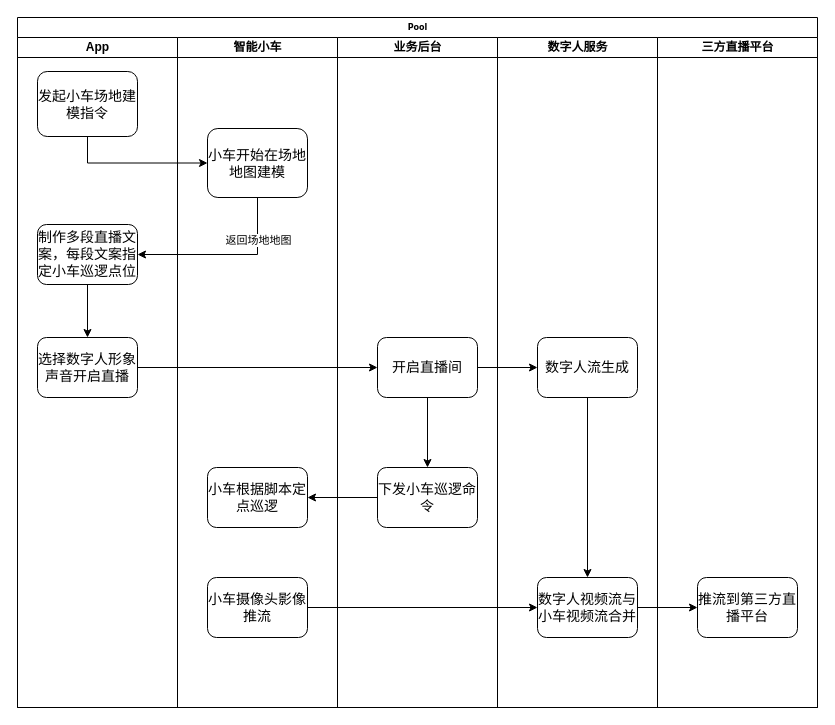
Earlier version of the draw.io diagram AI小车直播.drawio (hbulixu/diagrams_store). Source tidied: cells renumbered, new cells numbered last; positions are measured from the earlier drawing's top-left corner, leaving out a move shared by most shapes. Both pictures are drawn from the tidied source at 100%, with x=0, y=0 at pixel (17, 17).
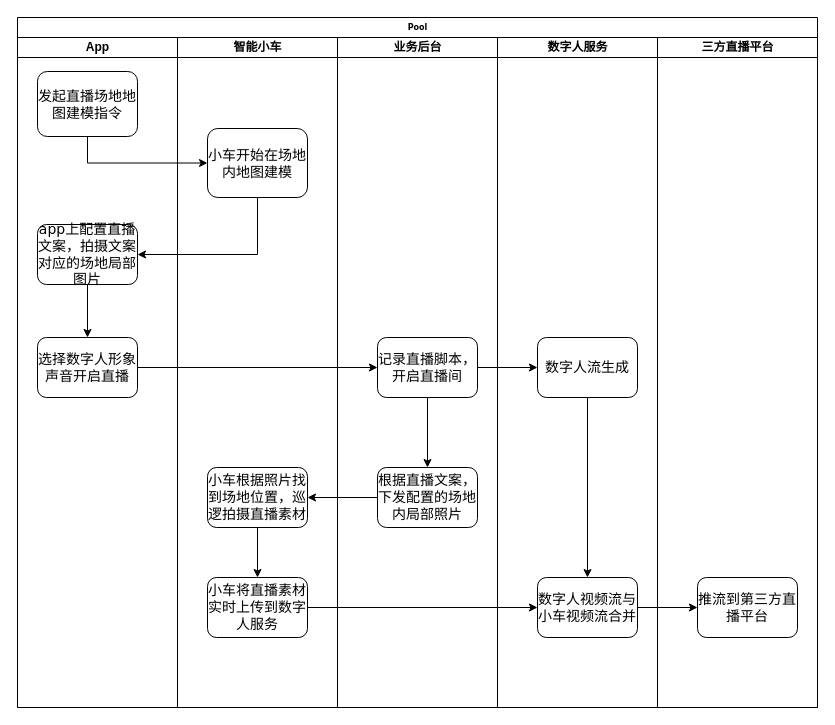
The same diagram, later.

Commit message:
更新AI小车直播.drawio

The change refers to these unchanged cells:
```xml
<mxCell id="3" value="App" style="swimlane;html=1;startSize=20;" parent="2" vertex="1">
  <mxGeometry y="20" width="160" height="670" as="geometry" />
</mxCell>
<mxCell id="8" value="智能小车" style="swimlane;html=1;startSize=20;" parent="2" vertex="1">
  <mxGeometry x="160" y="20" width="160" height="670" as="geometry" />
</mxCell>
<mxCell id="12" value="业务后台" style="swimlane;html=1;startSize=20;" parent="2" vertex="1">
  <mxGeometry x="320" y="20" width="160" height="670" as="geometry" />
</mxCell>
<mxCell id="26" style="edgeStyle=orthogonalEdgeStyle;rounded=0;jettySize=auto;html=1;entryX=1;entryY=0.5;entryDx=0;entryDy=0;" parent="2" edge="1" source="9" target="6">
  <mxGeometry relative="1" as="geometry">
    <Array as="points">
      <mxPoint x="240" y="237" />
    </Array>
  </mxGeometry>
</mxCell>
```

Change to the diagram source:
```diff
@@
-    <mxCell id="4" value="&lt;font style=&quot;font-size: 14px;&quot;&gt;发起小车场地建模指令&lt;/font&gt;" style="rounded=1;whiteSpace=wrap;html=1;shadow=0;labelBackgroundColor=none;strokeWidth=1;fontFamily=Verdana;fontSize=8;align=center;" parent="3" vertex="1">
+    <mxCell id="4" value="&lt;font style=&quot;font-size: 14px;&quot;&gt;发起直播场地地图建模指令&lt;/font&gt;" style="rounded=1;whiteSpace=wrap;html=1;shadow=0;labelBackgroundColor=none;strokeWidth=1;fontFamily=Verdana;fontSize=8;align=center;" parent="3" vertex="1">
       <mxGeometry x="20" y="34" width="100" height="65" as="geometry" />
     </mxCell>
@@
-    <mxCell id="6" value="&lt;span style=&quot;font-size: 14px;&quot;&gt;制作多段直播文案，&lt;/span&gt;&lt;span style=&quot;font-size: 14px;&quot;&gt;每段文案指定小车巡逻点位&lt;/span&gt;" style="rounded=1;whiteSpace=wrap;html=1;shadow=0;labelBackgroundColor=none;strokeWidth=1;fontFamily=Verdana;fontSize=8;align=center;" parent="3" vertex="1">
+    <mxCell id="6" value="&lt;span style=&quot;font-size: 14px;&quot;&gt;app上配置直播文案，拍摄文案对应的场地局部图片&lt;/span&gt;" style="rounded=1;whiteSpace=wrap;html=1;shadow=0;labelBackgroundColor=none;strokeWidth=1;fontFamily=Verdana;fontSize=8;align=center;" parent="3" vertex="1">
       <mxGeometry x="20" y="187" width="100" height="60" as="geometry" />
     </mxCell>
@@
-    <mxCell id="9" value="&lt;span style=&quot;font-size: 14px;&quot;&gt;小车开始在场地地图建模&lt;/span&gt;" style="rounded=1;whiteSpace=wrap;html=1;shadow=0;labelBackgroundColor=none;strokeWidth=1;fontFamily=Verdana;fontSize=8;align=center;" parent="8" vertex="1">
+    <mxCell id="9" value="&lt;span style=&quot;font-size: 14px;&quot;&gt;小车开始在场地内地图建模&lt;/span&gt;" style="rounded=1;whiteSpace=wrap;html=1;shadow=0;labelBackgroundColor=none;strokeWidth=1;fontFamily=Verdana;fontSize=8;align=center;" parent="8" vertex="1">
       <mxGeometry x="30" y="91" width="100" height="69" as="geometry" />
     </mxCell>
-    <mxCell id="10" value="&lt;span style=&quot;font-size: 14px;&quot;&gt;小车摄像头影像推流&lt;/span&gt;" style="rounded=1;whiteSpace=wrap;html=1;shadow=0;labelBackgroundColor=none;strokeWidth=1;fontFamily=Verdana;fontSize=8;align=center;" parent="8" vertex="1">
+    <mxCell id="10" value="&lt;span style=&quot;font-size: 14px;&quot;&gt;小车将直播素材实时上传到数字人服务&lt;/span&gt;" style="rounded=1;whiteSpace=wrap;html=1;shadow=0;labelBackgroundColor=none;strokeWidth=1;fontFamily=Verdana;fontSize=8;align=center;" parent="8" vertex="1">
       <mxGeometry x="30" y="540" width="100" height="60" as="geometry" />
     </mxCell>
+    <mxCell id="30" style="edgeStyle=orthogonalEdgeStyle;rounded=0;jettySize=auto;html=1;" parent="8" edge="1" source="11" target="10">
+      <mxGeometry relative="1" as="geometry" />
+    </mxCell>
-    <mxCell id="11" value="&lt;span style=&quot;font-size: 14px;&quot;&gt;小车根据脚本定点巡逻&lt;/span&gt;" style="rounded=1;whiteSpace=wrap;html=1;shadow=0;labelBackgroundColor=none;strokeWidth=1;fontFamily=Verdana;fontSize=8;align=center;" parent="8" vertex="1">
+    <mxCell id="11" value="&lt;span style=&quot;font-size: 14px;&quot;&gt;小车根据照片找到场地位置，巡逻拍摄直播素材&lt;/span&gt;" style="rounded=1;whiteSpace=wrap;html=1;shadow=0;labelBackgroundColor=none;strokeWidth=1;fontFamily=Verdana;fontSize=8;align=center;" parent="8" vertex="1">
       <mxGeometry x="30" y="430" width="100" height="60" as="geometry" />
     </mxCell>
@@
-    <mxCell id="14" value="&lt;span style=&quot;font-size: 14px;&quot;&gt;开启直播间&lt;/span&gt;" style="rounded=1;whiteSpace=wrap;html=1;shadow=0;labelBackgroundColor=none;strokeWidth=1;fontFamily=Verdana;fontSize=8;align=center;" parent="12" vertex="1">
+    <mxCell id="14" value="&lt;span style=&quot;font-size: 14px;&quot;&gt;记录直播脚本，开启直播间&lt;/span&gt;" style="rounded=1;whiteSpace=wrap;html=1;shadow=0;labelBackgroundColor=none;strokeWidth=1;fontFamily=Verdana;fontSize=8;align=center;" parent="12" vertex="1">
       <mxGeometry x="40" y="300" width="100" height="60" as="geometry" />
     </mxCell>
-    <mxCell id="15" value="&lt;span style=&quot;font-size: 14px;&quot;&gt;下发小车巡逻命令&lt;/span&gt;" style="rounded=1;whiteSpace=wrap;html=1;shadow=0;labelBackgroundColor=none;strokeWidth=1;fontFamily=Verdana;fontSize=8;align=center;" parent="12" vertex="1">
+    <mxCell id="15" value="&lt;span style=&quot;font-size: 14px;&quot;&gt;根据直播文案，下发配置的场地内局部照片&lt;/span&gt;" style="rounded=1;whiteSpace=wrap;html=1;shadow=0;labelBackgroundColor=none;strokeWidth=1;fontFamily=Verdana;fontSize=8;align=center;" parent="12" vertex="1">
       <mxGeometry x="40" y="430" width="100" height="60" as="geometry" />
     </mxCell>
@@
-    <mxCell id="27" value="返回场地地图" style="edgeLabel;html=1;align=center;verticalAlign=middle;" parent="26" vertex="1">
-      <mxGeometry x="-0.53" relative="1" as="geometry" />
-    </mxCell>
```
